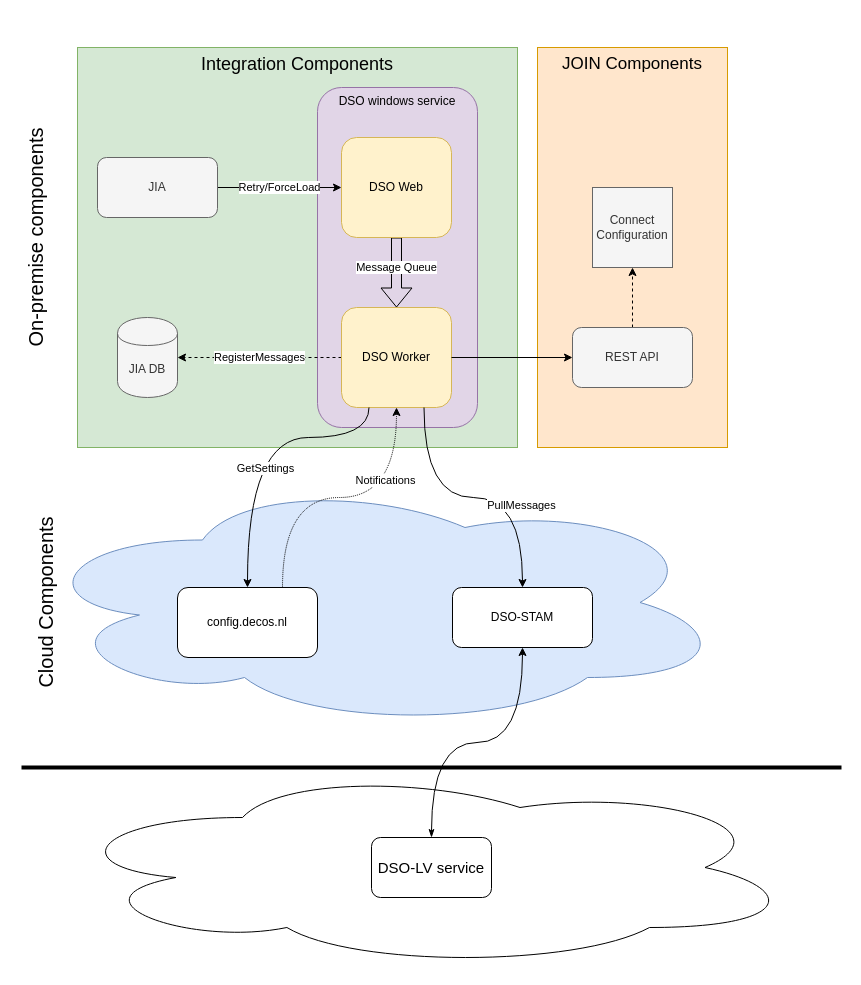
surajpunugade/surajgithubsite keeps this draw.io diagram as DSO.drawio. Above is the earlier version. Source tidied: cells renumbered, new cells numbered last; positions are measured from the earlier drawing's top-left corner, leaving out a move shared by most shapes. Both pictures are drawn from the tidied source at 100%, with x=0, y=0 at pixel (17, 17).
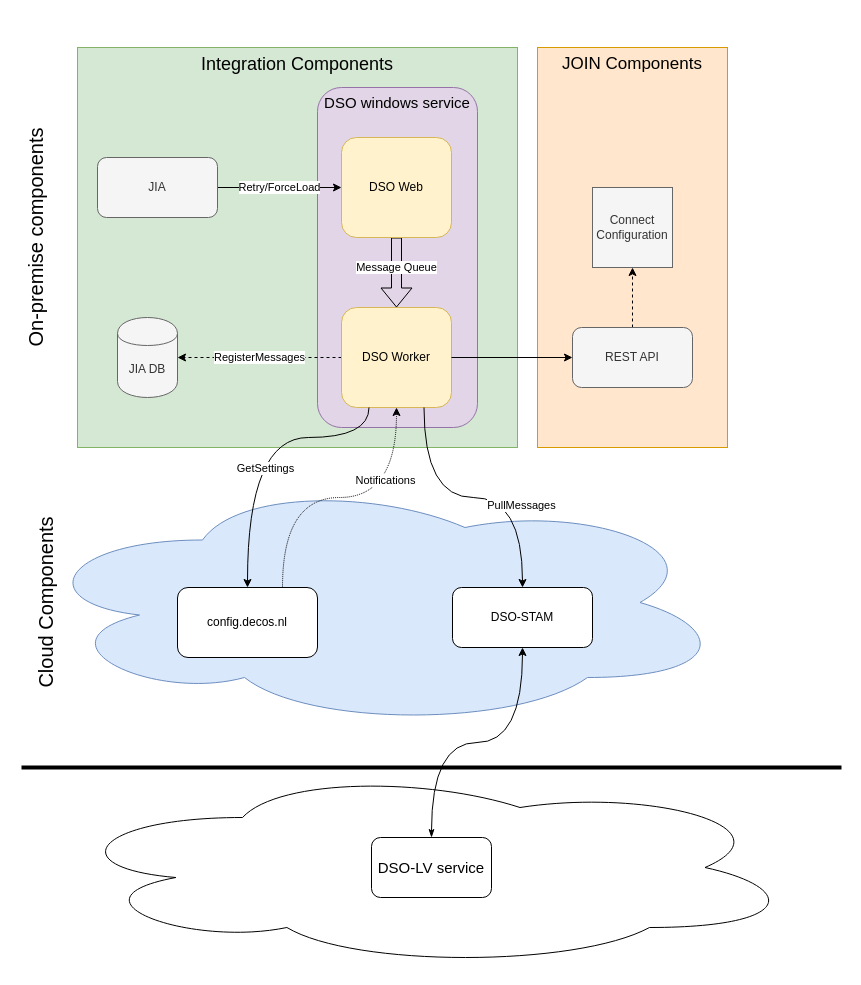
After the change.

The edit, as a diff of the source:
```diff
@@
-    <mxCell id="4" value="DSO windows service" style="rounded=1;whiteSpace=wrap;html=1;verticalAlign=top;fillColor=#e1d5e7;strokeColor=#9673a6;" parent="1" vertex="1">
+    <mxCell id="4" value="DSO windows service" style="rounded=1;whiteSpace=wrap;html=1;verticalAlign=top;fillColor=#e1d5e7;strokeColor=#9673a6;fontSize=15;" parent="1" vertex="1">
       <mxGeometry x="300" y="70" width="160" height="340" as="geometry" />
     </mxCell>
```
